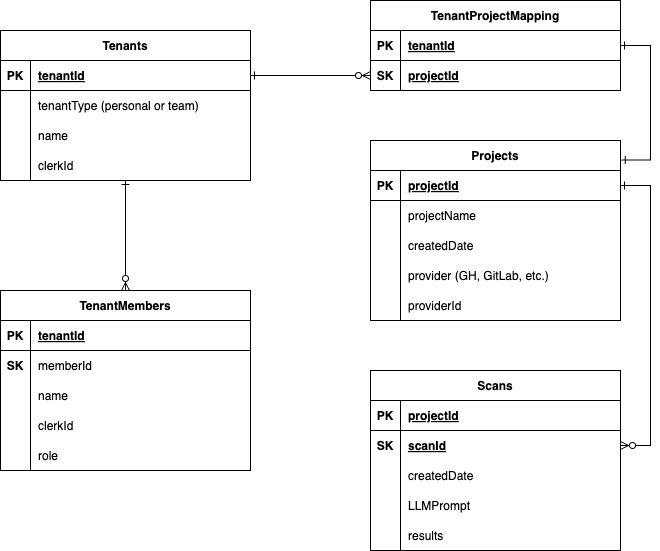
This is data-model.png from EvoluaHQ/evolua-backend, a draw.io export, as it was before one commit. Source tidied: cells renumbered, new cells last; positions are measured from the earlier drawing's top-left corner, leaving out a move shared by most shapes.
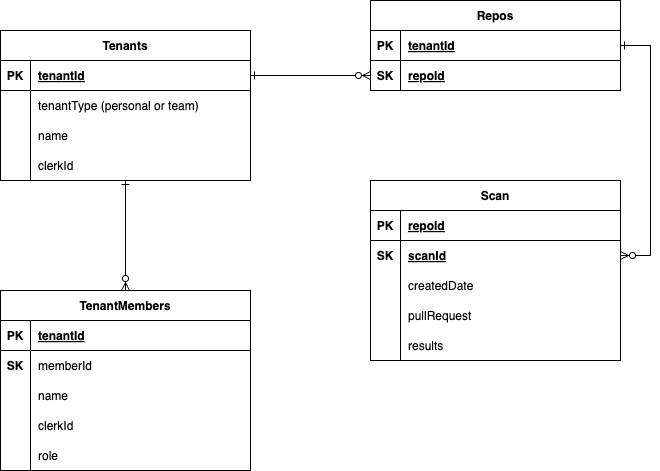
After the commit.

Commit message:
feat: save scan results in DynamoDB

What changed in the source:
```diff
@@ -5,11 +5,11 @@
     <mxCell id="2" style="edgeStyle=entityRelationEdgeStyle;endArrow=ERzeroToMany;startArrow=ERone;endFill=1;startFill=0;entryX=0;entryY=0.5;entryDx=0;entryDy=0;" parent="1" edge="1" source="22" target="70">
       <mxGeometry relative="1" as="geometry" />
     </mxCell>
-    <mxCell id="3" style="edgeStyle=entityRelationEdgeStyle;endArrow=ERzeroToMany;startArrow=ERone;endFill=0;startFill=0;rounded=0;curved=0;" parent="1" edge="1" source="51" target="8">
+    <mxCell id="3" style="edgeStyle=entityRelationEdgeStyle;endArrow=ERzeroToMany;startArrow=ERone;endFill=0;startFill=0;rounded=0;curved=0;exitX=1;exitY=0.5;exitDx=0;exitDy=0;" parent="1" edge="1" source="67" target="8">
       <mxGeometry relative="1" as="geometry" />
     </mxCell>
-    <mxCell id="4" value="Scans" style="shape=table;startSize=30;rowLines=0;fontStyle=1;align=center;" parent="1" vertex="1">
-      <mxGeometry x="370" y="370" width="250" height="180" as="geometry" />
+    <mxCell id="4" value="Scan" style="shape=table;startSize=30;rowLines=0;fontStyle=1;align=center;" parent="1" vertex="1">
+      <mxGeometry x="370" y="180" width="250" height="180" as="geometry" />
     </mxCell>
     <mxCell id="5" style="shape=partialRectangle;fillColor=none;top=0;left=0;right=0;bottom=1;" parent="4" vertex="1">
       <mxGeometry y="30" width="250" height="30" as="geometry" />
@@ -17,7 +17,7 @@
     <mxCell id="6" value="PK" style="shape=partialRectangle;overflow=hidden;fillColor=none;top=0;left=0;bottom=0;right=0;fontStyle=1;" parent="5" vertex="1">
       <mxGeometry width="30" height="30" as="geometry" />
     </mxCell>
-    <mxCell id="7" value="projectId" style="shape=partialRectangle;overflow=hidden;fillColor=none;top=0;left=0;bottom=0;right=0;align=left;spacingLeft=6;fontStyle=5;" parent="5" vertex="1">
+    <mxCell id="7" value="repoId" style="shape=partialRectangle;overflow=hidden;fillColor=none;top=0;left=0;bottom=0;right=0;align=left;spacingLeft=6;fontStyle=5;" parent="5" vertex="1">
       <mxGeometry x="30" width="220" height="30" as="geometry" />
     </mxCell>
     <mxCell id="8" style="shape=partialRectangle;fillColor=none;points=[[0,0.5],[1,0.5]];portConstraint=eastwest;top=0;left=0;right=0;bottom=0;" parent="4" vertex="1">
@@ -44,7 +44,7 @@
     <mxCell id="15" style="shape=partialRectangle;overflow=hidden;fillColor=none;top=0;left=0;bottom=0;right=0;" parent="14" vertex="1">
       <mxGeometry width="30" height="30" as="geometry" />
     </mxCell>
-    <mxCell id="16" value="LLMPrompt" style="shape=partialRectangle;overflow=hidden;fillColor=none;top=0;left=0;bottom=0;right=0;align=left;spacingLeft=6;" parent="14" vertex="1">
+    <mxCell id="16" value="pullRequest" style="shape=partialRectangle;overflow=hidden;fillColor=none;top=0;left=0;bottom=0;right=0;align=left;spacingLeft=6;" parent="14" vertex="1">
       <mxGeometry x="30" width="220" height="30" as="geometry" />
     </mxCell>
     <mxCell id="17" style="shape=partialRectangle;fillColor=none;top=0;left=0;right=0;bottom=0;" parent="4" vertex="1">
@@ -146,55 +146,7 @@
     <mxCell id="49" value="role" style="shape=partialRectangle;overflow=hidden;fillColor=none;top=0;left=0;bottom=0;right=0;align=left;spacingLeft=6;" parent="47" vertex="1">
       <mxGeometry x="30" width="220" height="30" as="geometry" />
     </mxCell>
-    <mxCell id="50" value="Projects" style="shape=table;startSize=30;rowLines=0;fontStyle=1;align=center;" parent="1" vertex="1">
-      <mxGeometry x="370" y="140" width="250" height="180" as="geometry" />
-    </mxCell>
-    <mxCell id="51" style="shape=partialRectangle;fillColor=none;points=[[0,0.5],[1,0.5]];portConstraint=eastwest;top=0;left=0;right=0;bottom=1;" parent="50" vertex="1">
-      <mxGeometry y="30" width="250" height="30" as="geometry" />
-    </mxCell>
-    <mxCell id="52" value="PK" style="shape=partialRectangle;overflow=hidden;fillColor=none;top=0;left=0;bottom=0;right=0;fontStyle=1;" parent="51" vertex="1">
-      <mxGeometry width="30" height="30" as="geometry" />
-    </mxCell>
-    <mxCell id="53" value="projectId" style="shape=partialRectangle;overflow=hidden;fillColor=none;top=0;left=0;bottom=0;right=0;align=left;spacingLeft=6;fontStyle=5;" parent="51" vertex="1">
-      <mxGeometry x="30" width="220" height="30" as="geometry" />
-    </mxCell>
-    <mxCell id="54" style="shape=partialRectangle;fillColor=none;top=0;left=0;right=0;bottom=0;" parent="50" vertex="1">
-      <mxGeometry y="60" width="250" height="30" as="geometry" />
-    </mxCell>
-    <mxCell id="55" style="shape=partialRectangle;overflow=hidden;fillColor=none;top=0;left=0;bottom=0;right=0;fontStyle=1;" parent="54" vertex="1">
-      <mxGeometry width="30" height="30" as="geometry" />
-    </mxCell>
-    <mxCell id="56" value="projectName" style="shape=partialRectangle;overflow=hidden;fillColor=none;top=0;left=0;bottom=0;right=0;align=left;spacingLeft=6;fontStyle=0;" parent="54" vertex="1">
-      <mxGeometry x="30" width="220" height="30" as="geometry" />
-    </mxCell>
-    <mxCell id="57" style="shape=partialRectangle;fillColor=none;top=0;left=0;right=0;bottom=0;" parent="50" vertex="1">
-      <mxGeometry y="90" width="250" height="30" as="geometry" />
-    </mxCell>
-    <mxCell id="58" style="shape=partialRectangle;overflow=hidden;fillColor=none;top=0;left=0;bottom=0;right=0;" parent="57" vertex="1">
-      <mxGeometry width="30" height="30" as="geometry" />
-    </mxCell>
-    <mxCell id="59" value="createdDate" style="shape=partialRectangle;overflow=hidden;fillColor=none;top=0;left=0;bottom=0;right=0;align=left;spacingLeft=6;" parent="57" vertex="1">
-      <mxGeometry x="30" width="220" height="30" as="geometry" />
-    </mxCell>
-    <mxCell id="60" style="shape=partialRectangle;fillColor=none;top=0;left=0;right=0;bottom=0;" parent="50" vertex="1">
-      <mxGeometry y="120" width="250" height="30" as="geometry" />
-    </mxCell>
-    <mxCell id="61" style="shape=partialRectangle;overflow=hidden;fillColor=none;top=0;left=0;bottom=0;right=0;" parent="60" vertex="1">
-      <mxGeometry width="30" height="30" as="geometry" />
-    </mxCell>
-    <mxCell id="62" value="provider (GH, GitLab, etc.)" style="shape=partialRectangle;overflow=hidden;fillColor=none;top=0;left=0;bottom=0;right=0;align=left;spacingLeft=6;" parent="60" vertex="1">
-      <mxGeometry x="30" width="220" height="30" as="geometry" />
-    </mxCell>
-    <mxCell id="63" style="shape=partialRectangle;fillColor=none;top=0;left=0;right=0;bottom=0;" parent="50" vertex="1">
-      <mxGeometry y="150" width="250" height="30" as="geometry" />
-    </mxCell>
-    <mxCell id="64" style="shape=partialRectangle;overflow=hidden;fillColor=none;top=0;left=0;bottom=0;right=0;" parent="63" vertex="1">
-      <mxGeometry width="30" height="30" as="geometry" />
-    </mxCell>
-    <mxCell id="65" value="providerId" style="shape=partialRectangle;overflow=hidden;fillColor=none;top=0;left=0;bottom=0;right=0;align=left;spacingLeft=6;" parent="63" vertex="1">
-      <mxGeometry x="30" width="220" height="30" as="geometry" />
-    </mxCell>
-    <mxCell id="66" value="TenantProjectMapping" style="shape=table;startSize=30;rowLines=0;fontStyle=1;align=center;" parent="1" vertex="1">
+    <mxCell id="66" value="Repos" style="shape=table;startSize=30;rowLines=0;fontStyle=1;align=center;" parent="1" vertex="1">
       <mxGeometry x="370" width="250" height="90" as="geometry" />
     </mxCell>
     <mxCell id="67" style="shape=partialRectangle;fillColor=none;points=[[0,0.5],[1,0.5]];portConstraint=eastwest;top=0;left=0;right=0;bottom=1;" parent="66" vertex="1">
@@ -212,17 +164,8 @@
     <mxCell id="71" value="SK" style="shape=partialRectangle;overflow=hidden;fillColor=none;top=0;left=0;bottom=0;right=0;fontStyle=1;" parent="70" vertex="1">
       <mxGeometry width="30" height="30" as="geometry" />
     </mxCell>
-    <mxCell id="72" value="projectId" style="shape=partialRectangle;overflow=hidden;fillColor=none;top=0;left=0;bottom=0;right=0;align=left;spacingLeft=6;fontStyle=5;" parent="70" vertex="1">
+    <mxCell id="72" value="repoId" style="shape=partialRectangle;overflow=hidden;fillColor=none;top=0;left=0;bottom=0;right=0;align=left;spacingLeft=6;fontStyle=5;" parent="70" vertex="1">
       <mxGeometry x="30" width="220" height="30" as="geometry" />
     </mxCell>
-    <mxCell id="73" style="edgeStyle=orthogonalEdgeStyle;rounded=0;jettySize=auto;html=1;entryX=1.003;entryY=0.109;entryDx=0;entryDy=0;entryPerimeter=0;startArrow=ERone;startFill=0;endArrow=ERone;endFill=0;" parent="1" edge="1" source="66" target="50">
-      <mxGeometry relative="1" as="geometry">
-        <Array as="points">
-          <mxPoint x="650" y="45" />
-          <mxPoint x="650" y="160" />
-          <mxPoint x="621" y="160" />
-        </Array>
-      </mxGeometry>
-    </mxCell>
   </root>
 </mxGraphModel>
```
